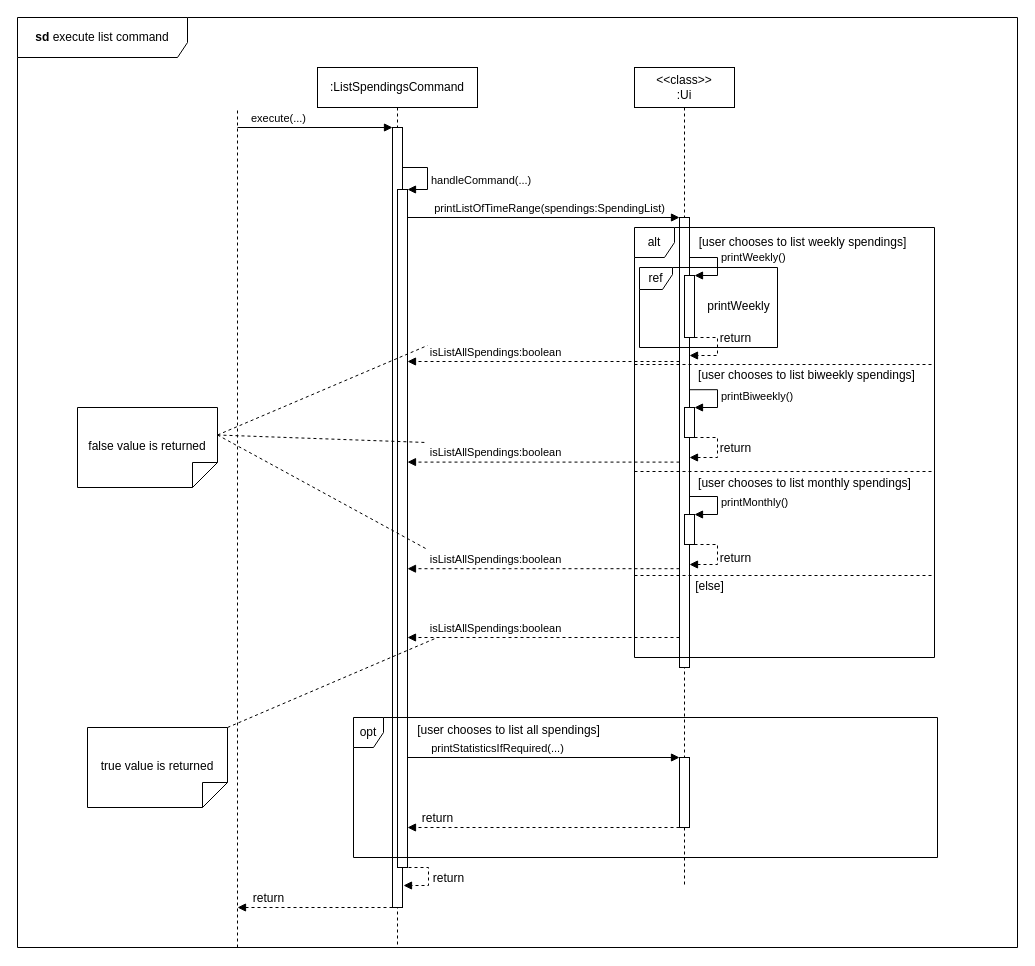
Earlier version of the draw.io diagram docs/Diagrams/Commands/executeListSpendingsCommand.drawio (wongwh2002/CS2113TeamProject). Source tidied: cells renumbered, new cells numbered last; positions are measured from the earlier drawing's top-left corner, leaving out a move shared by most shapes. Both pictures are drawn from the tidied source at 100%, with x=0, y=0 at pixel (17, 17).
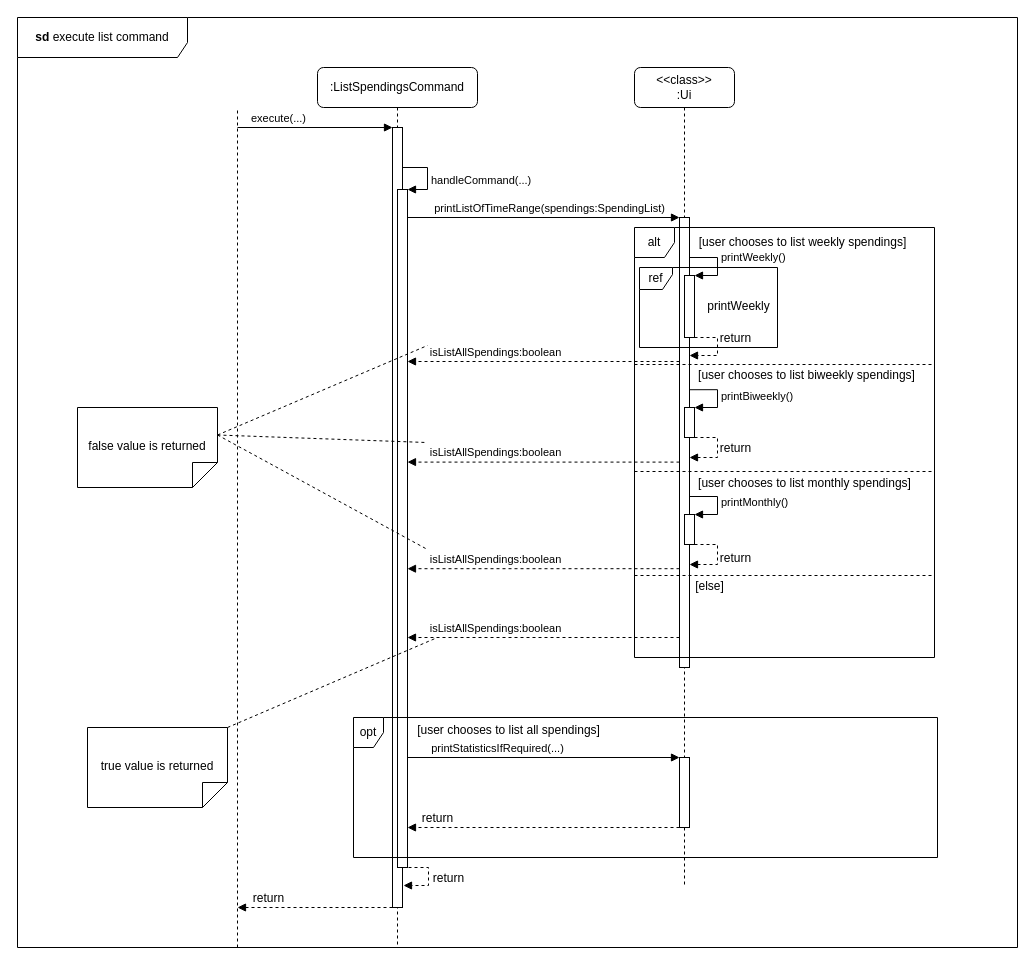
The same diagram, later.

The edit, as a diff of the source:
```diff
@@
-    <mxCell id="3" value=":ListSpendingsCommand" style="shape=umlLifeline;perimeter=lifelinePerimeter;whiteSpace=wrap;html=1;newEdgeStyle={&quot;curved&quot;:0,&quot;rounded&quot;:0};" parent="1" vertex="1">
+    <mxCell id="3" value=":ListSpendingsCommand" style="shape=umlLifeline;perimeter=lifelinePerimeter;whiteSpace=wrap;html=1;newEdgeStyle={&quot;curved&quot;:0,&quot;rounded&quot;:0};rounded=1;" parent="1" vertex="1">
       <mxGeometry x="300" y="50" width="160" height="880" as="geometry" />
     </mxCell>
@@
-    <mxCell id="11" value="&amp;lt;&amp;lt;class&amp;gt;&amp;gt;&lt;div&gt;:Ui&lt;/div&gt;" style="shape=umlLifeline;perimeter=lifelinePerimeter;whiteSpace=wrap;html=1;newEdgeStyle={&quot;curved&quot;:0,&quot;rounded&quot;:0};" parent="1" vertex="1">
+    <mxCell id="11" value="&amp;lt;&amp;lt;class&amp;gt;&amp;gt;&lt;div&gt;:Ui&lt;/div&gt;" style="shape=umlLifeline;perimeter=lifelinePerimeter;whiteSpace=wrap;html=1;newEdgeStyle={&quot;curved&quot;:0,&quot;rounded&quot;:0};rounded=1;" parent="1" vertex="1">
       <mxGeometry x="617" y="50" width="100" height="820" as="geometry" />
     </mxCell>
```
